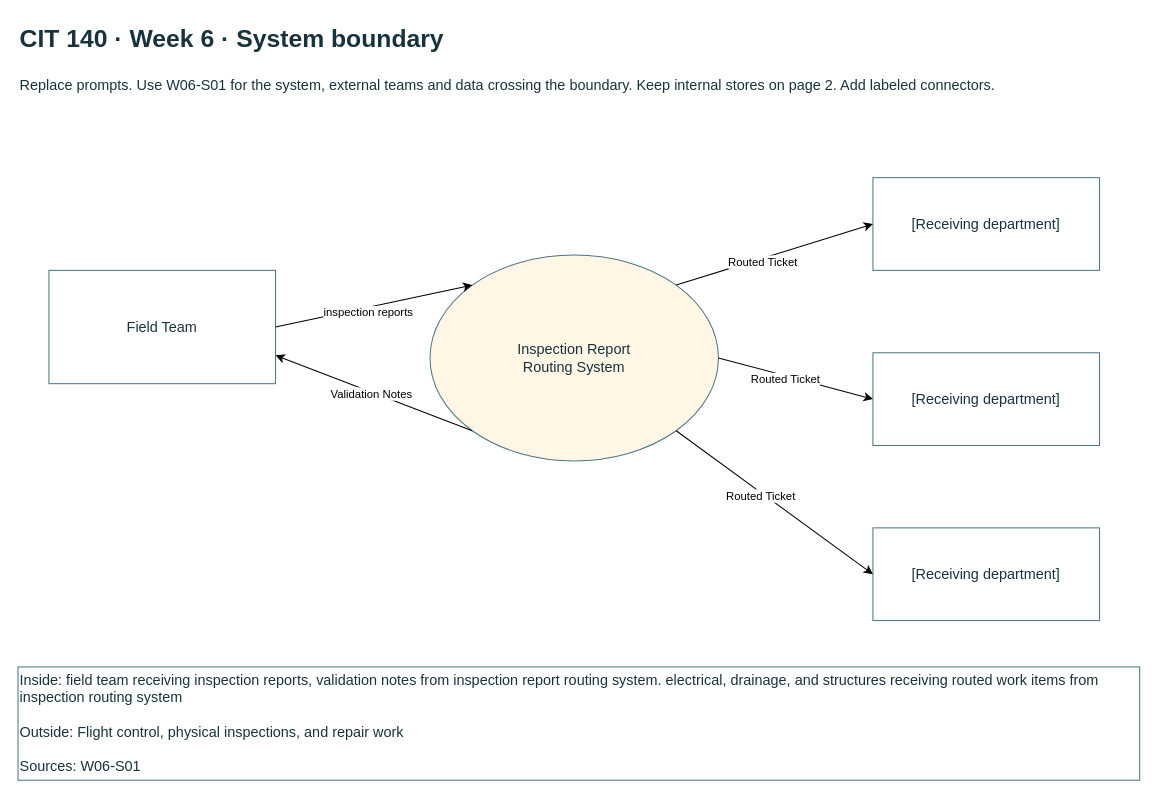
Above: page "1 System boundary" (1 of 3) of Week06/Artifact/Rodriguez_Alexandra_CIT140-Week06-Starter.drawio in a-rodri/CIT140-Portfolio (draw.io), before the change. Source tidied: cells renumbered, new cells numbered last; positions are measured from the earlier drawing's top-left corner, leaving out a move shared by most shapes. Both pictures are drawn from the tidied source at 103%, with x=0, y=0 at pixel (18, 18).
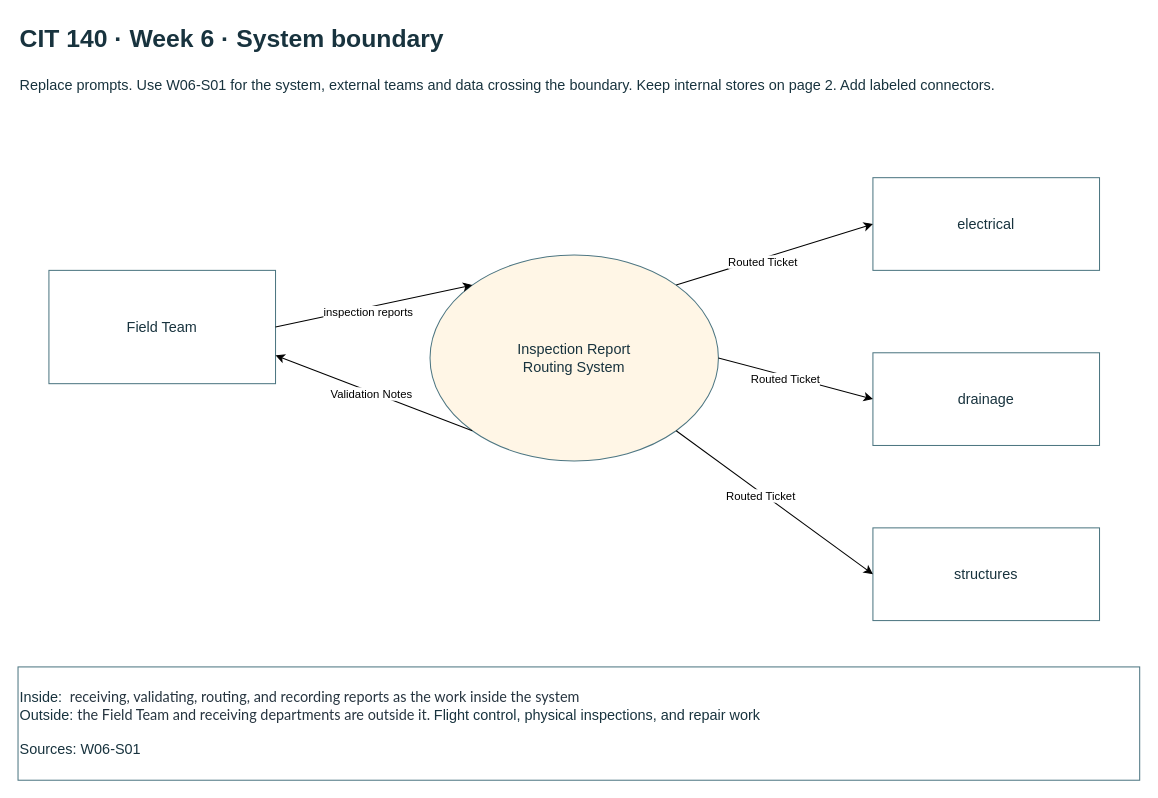
Above is the later version.

What changed in the source:
```diff
@@
-    <mxCell id="6" value="[Receiving department]" style="whiteSpace=wrap;html=1;fontFamily=Arial;fontSize=14;fontColor=#18333e;strokeColor=#4d7682;fillColor=#ffffff;" parent="1" vertex="1">
+    <mxCell id="6" value="electrical" style="whiteSpace=wrap;html=1;fontFamily=Arial;fontSize=14;fontColor=#18333e;strokeColor=#4d7682;fillColor=#ffffff;" parent="1" vertex="1">
       <mxGeometry x="830" y="155" width="220" height="90" as="geometry" />
     </mxCell>
-    <mxCell id="7" value="[Receiving department]" style="whiteSpace=wrap;html=1;fontFamily=Arial;fontSize=14;fontColor=#18333e;strokeColor=#4d7682;fillColor=#ffffff;" parent="1" vertex="1">
+    <mxCell id="7" value="drainage" style="whiteSpace=wrap;html=1;fontFamily=Arial;fontSize=14;fontColor=#18333e;strokeColor=#4d7682;fillColor=#ffffff;" parent="1" vertex="1">
       <mxGeometry x="830" y="325" width="220" height="90" as="geometry" />
     </mxCell>
-    <mxCell id="8" value="[Receiving department]" style="whiteSpace=wrap;html=1;fontFamily=Arial;fontSize=14;fontColor=#18333e;strokeColor=#4d7682;fillColor=#ffffff;" parent="1" vertex="1">
+    <mxCell id="8" value="structures" style="whiteSpace=wrap;html=1;fontFamily=Arial;fontSize=14;fontColor=#18333e;strokeColor=#4d7682;fillColor=#ffffff;" parent="1" vertex="1">
       <mxGeometry x="830" y="495" width="220" height="90" as="geometry" />
     </mxCell>
-    <mxCell id="9" value="Inside: field team receiving inspection reports, validation notes from inspection report routing system. electrical, drainage, and structures receiving routed work items from inspection routing system&amp;nbsp;&lt;br&gt;&lt;br&gt;Outside: Flight control, physical inspections, and repair work&amp;nbsp;&lt;br&gt;&lt;br&gt;Sources: W06-S01" style="whiteSpace=wrap;html=1;fontFamily=Arial;fontSize=14;fontColor=#18333e;strokeColor=#4d7682;fillColor=#ffffff;align=left;" parent="1" vertex="1">
+    <mxCell id="9" value="Inside:&amp;nbsp;&lt;span style=&quot;color: rgb(39, 53, 64); font-family: LatoWeb, &amp;quot;Lato Extended&amp;quot;, Lato, &amp;quot;Helvetica Neue&amp;quot;, Helvetica, Arial, sans-serif; background-color: rgb(255, 255, 255);&quot;&gt;&amp;nbsp;receiving, validating, routing, and recording reports as the work inside the system&lt;/span&gt;&lt;br&gt;Outside:&amp;nbsp;&lt;span style=&quot;color: rgb(39, 53, 64); font-family: LatoWeb, &amp;quot;Lato Extended&amp;quot;, Lato, &amp;quot;Helvetica Neue&amp;quot;, Helvetica, Arial, sans-serif; background-color: rgb(255, 255, 255);&quot;&gt;the Field Team and receiving departments are outside it.&amp;nbsp;&lt;/span&gt;Flight control, physical inspections, and repair work&amp;nbsp;&lt;br&gt;&lt;br&gt;Sources: W06-S01" style="whiteSpace=wrap;html=1;fontFamily=Arial;fontSize=14;fontColor=#18333e;strokeColor=#4d7682;fillColor=#ffffff;align=left;" parent="1" vertex="1">
       <mxGeometry y="630" width="1089" height="110" as="geometry" />
     </mxCell>
```
